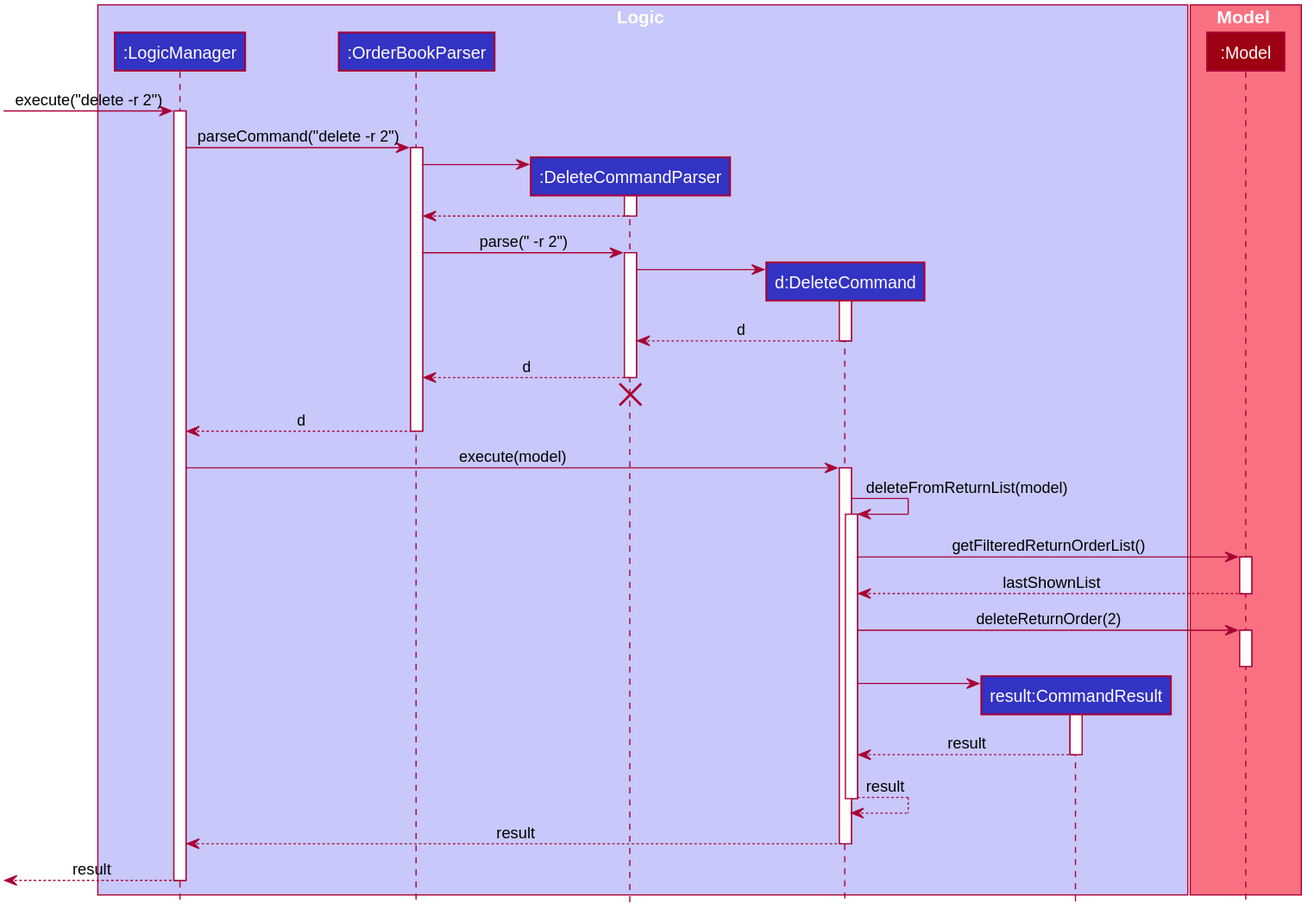
Earlier version of the PlantUML export docs/images/DeleteSequenceDiagram2.svg (nus-cs2103-AY1920S2/addressbook-level3). The source it was exported from:
```plantuml
@startuml








skinparam BackgroundColor #FFFFFFF

skinparam Shadowing false

skinparam Class {
    FontColor #FFFFFF
    BorderThickness 1
    BorderColor #FFFFFF
    StereotypeFontColor #FFFFFF
    FontName Arial
}

skinparam Actor {
    BorderColor #000000
    Color #000000
    FontName Arial
}

skinparam Sequence {
    MessageAlign center
    BoxFontSize 15
    BoxPadding 0
    BoxFontColor #FFFFFF
    FontName Arial
}

skinparam Participant {
    FontColor #FFFFFFF
    Padding 20
}

skinparam MinClassWidth 50
skinparam ParticipantPadding 10
skinparam Shadowing false
skinparam DefaultTextAlignment center
skinparam packageStyle Rectangle

hide footbox
hide members
hide circle

box Logic #C8C8FA
participant ":LogicManager" as LogicManager #3333C4
participant ":OrderBookParser" as OrderBookParser #3333C4
participant ":DeleteCommandParser" as DeleteCommandParser #3333C4
participant "d:DeleteCommand" as DeleteCommand #3333C4
participant "result:CommandResult" as CommandResult #3333C4
end box

box Model #F97181
participant ":Model" as Model #9D0012
end box

[-> LogicManager : execute("delete -r 2")
activate LogicManager

LogicManager -> OrderBookParser : parseCommand("delete -r 2")
activate OrderBookParser

create DeleteCommandParser
OrderBookParser -> DeleteCommandParser
activate DeleteCommandParser

DeleteCommandParser --> OrderBookParser
deactivate DeleteCommandParser

OrderBookParser -> DeleteCommandParser : parse(" -r 2")
activate DeleteCommandParser

create DeleteCommand
DeleteCommandParser -> DeleteCommand
activate DeleteCommand

DeleteCommand --> DeleteCommandParser : d
deactivate DeleteCommand

DeleteCommandParser --> OrderBookParser : d
deactivate DeleteCommandParser
DeleteCommandParser -[hidden]-> OrderBookParser
destroy DeleteCommandParser

OrderBookParser --> LogicManager : d
deactivate OrderBookParser

LogicManager -> DeleteCommand : execute(model)
activate DeleteCommand

DeleteCommand -> DeleteCommand : deleteFromReturnList(model)
activate DeleteCommand
DeleteCommand -> Model : getFilteredReturnOrderList()
activate Model
Model --> DeleteCommand : lastShownList
deactivate Model
DeleteCommand -> Model : deleteReturnOrder(2)
activate Model
deactivate Model
create CommandResult
DeleteCommand -> CommandResult
activate CommandResult

CommandResult --> DeleteCommand : result
deactivate CommandResult
DeleteCommand --> DeleteCommand : result
deactivate DeleteCommand

DeleteCommand --> LogicManager : result
deactivate DeleteCommand

[<--LogicManager : result
deactivate LogicManager
@enduml
```
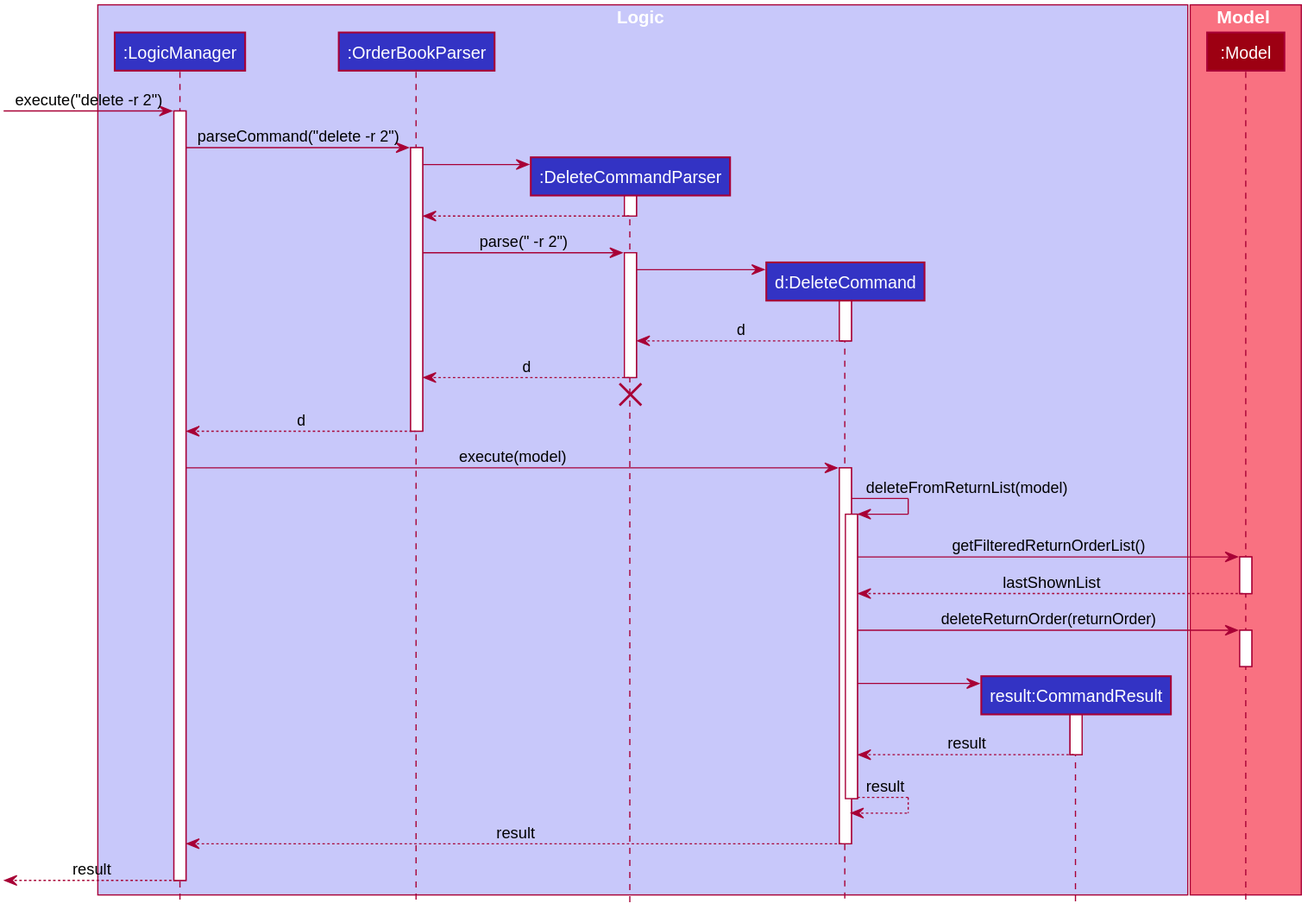
After the change.

Commit message:
Update Delete Sequence Diagram bug in function

The edit, as a diff of the source:
```diff
@@ -100,7 +100,7 @@
 activate Model
 Model --> DeleteCommand : lastShownList
 deactivate Model
-DeleteCommand -> Model : deleteReturnOrder(2)
+DeleteCommand -> Model : deleteReturnOrder(returnOrder)
 activate Model
 deactivate Model
 create CommandResult
```
